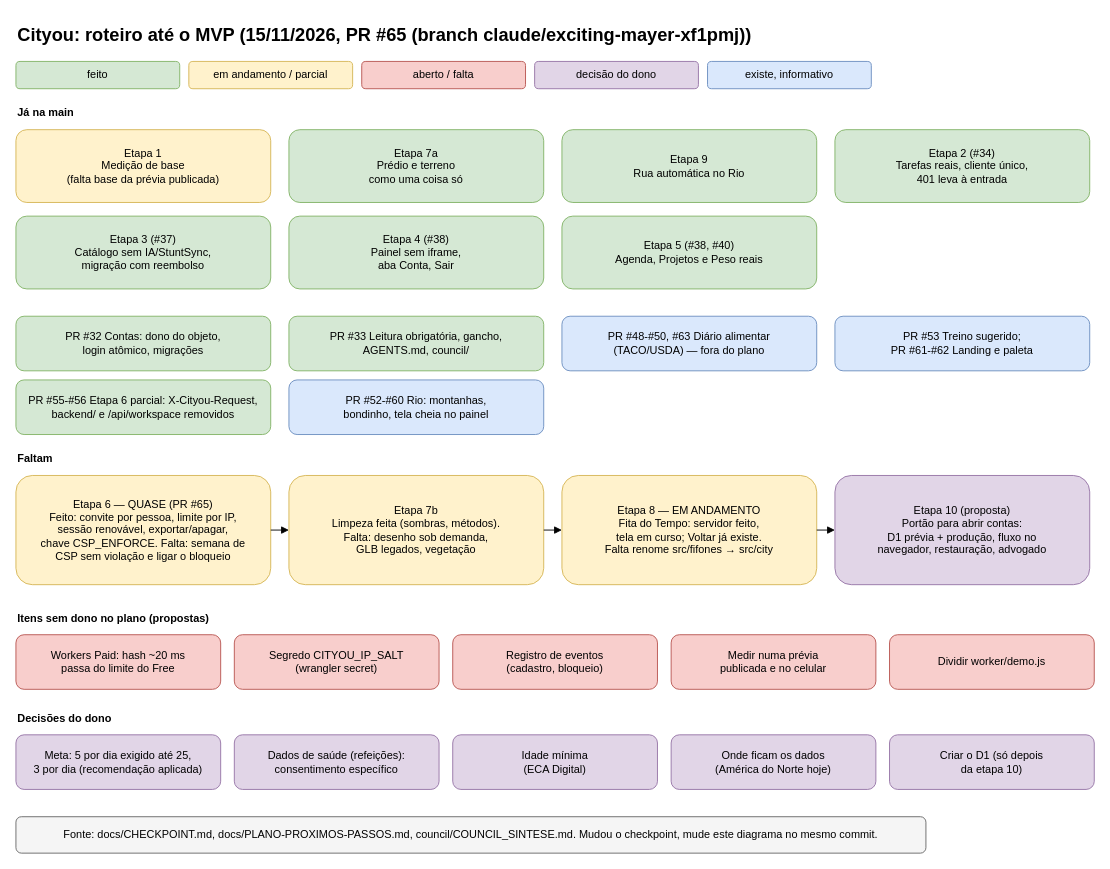
Before: page "1 Roteiro até o MVP" (1 of 4) of docs/diagrams/cityou-mvp.drawio in luizfelipeulhoa-afk/Cityou, a draw.io diagram. Source tidied: cells renumbered, new cells numbered last; positions are measured from the earlier drawing's top-left corner, leaving out a move shared by most shapes. Both pictures are drawn from the tidied source at 91%, with x=0, y=0 at pixel (15, 15).
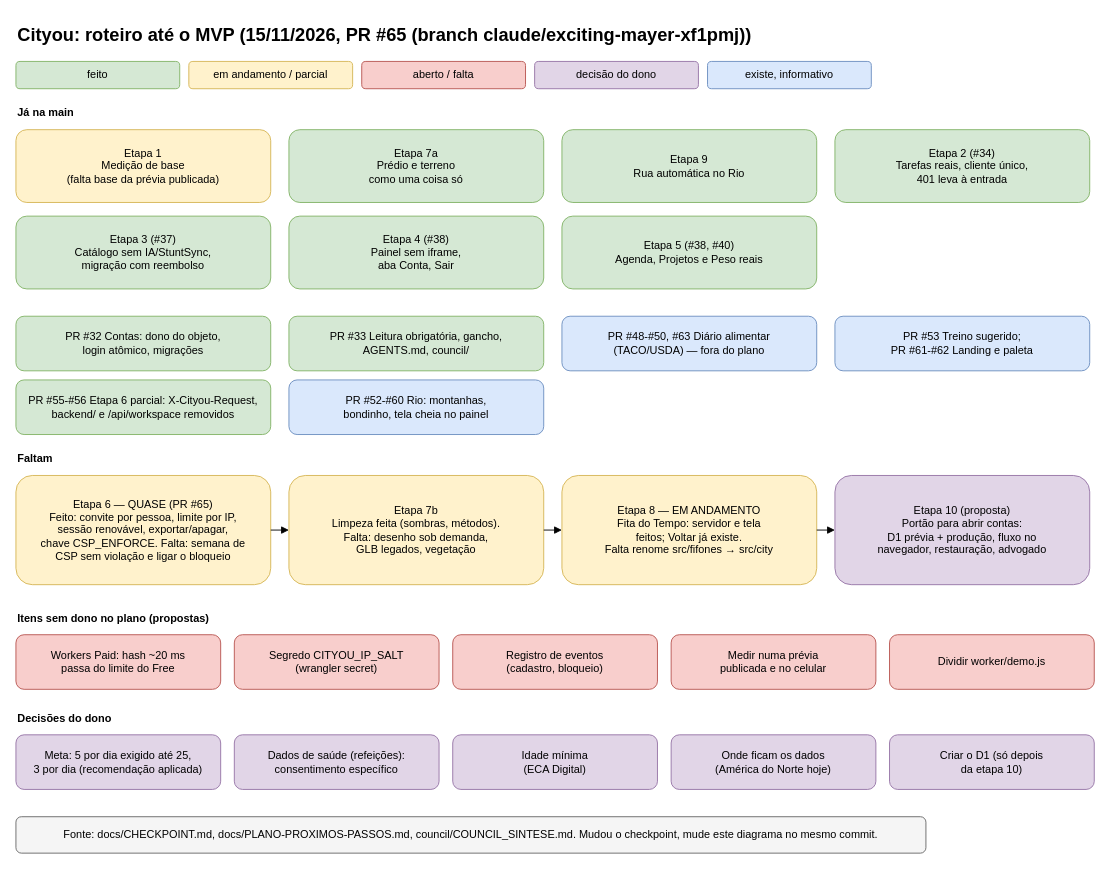
The same diagram, later.

Commit message:
Diagramas: etapa 8 com servidor e tela feitos

Claude-Session: https://claude.ai/code/session_01NxmKHvftyXmiRcFDSFpCs9

Diff of the diagram source:
```diff
@@
-    <mxCell id="25" value="Etapa 8 — EM ANDAMENTO&#10;Fita do Tempo: servidor feito,&#10;tela em curso; Voltar já existe.&#10;Falta renome src/fifones → src/city" style="rounded=1;whiteSpace=wrap;html=0;fillColor=#fff2cc;strokeColor=#d6b656;" parent="1" vertex="1">
+    <mxCell id="25" value="Etapa 8 — EM ANDAMENTO&#10;Fita do Tempo: servidor e tela&#10;feitos; Voltar já existe.&#10;Falta renome src/fifones → src/city" style="rounded=1;whiteSpace=wrap;html=0;fillColor=#fff2cc;strokeColor=#d6b656;" parent="1" vertex="1">
       <mxGeometry x="600" y="505" width="280" height="120" as="geometry" />
     </mxCell>
```
